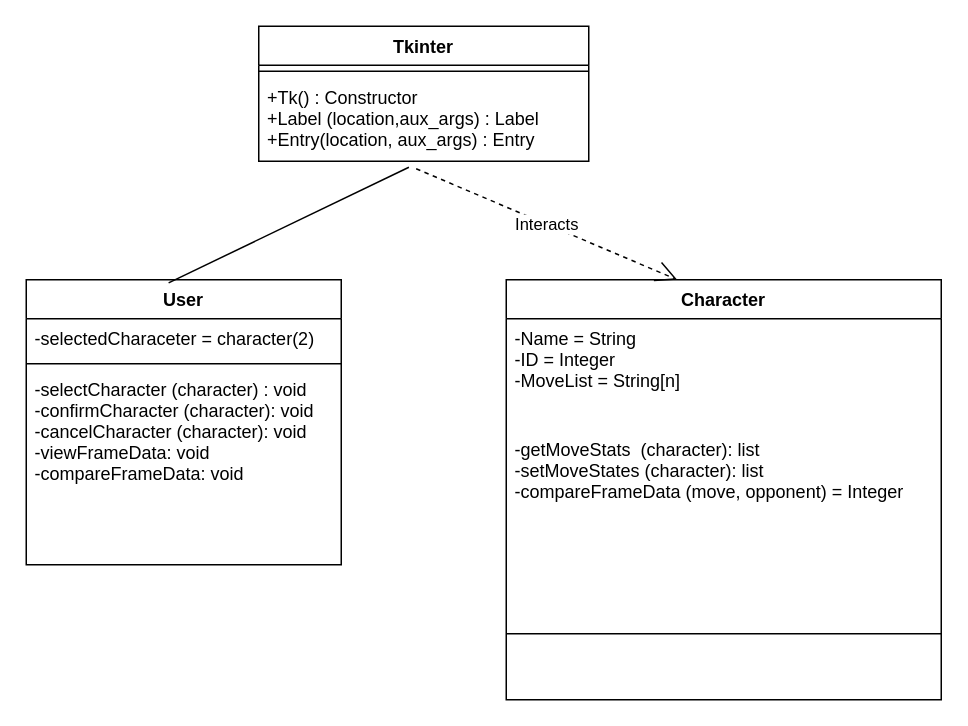
This is Class Diagram.drawio from aramis-matos/SkyboundDB, a draw.io file, before an edit. Source tidied: cells renumbered, new cells numbered last; positions are measured from the earlier drawing's top-left corner, leaving out a move shared by most shapes. Both pictures are drawn from the tidied source at 150%, with x=0, y=0 at pixel (26, 26).
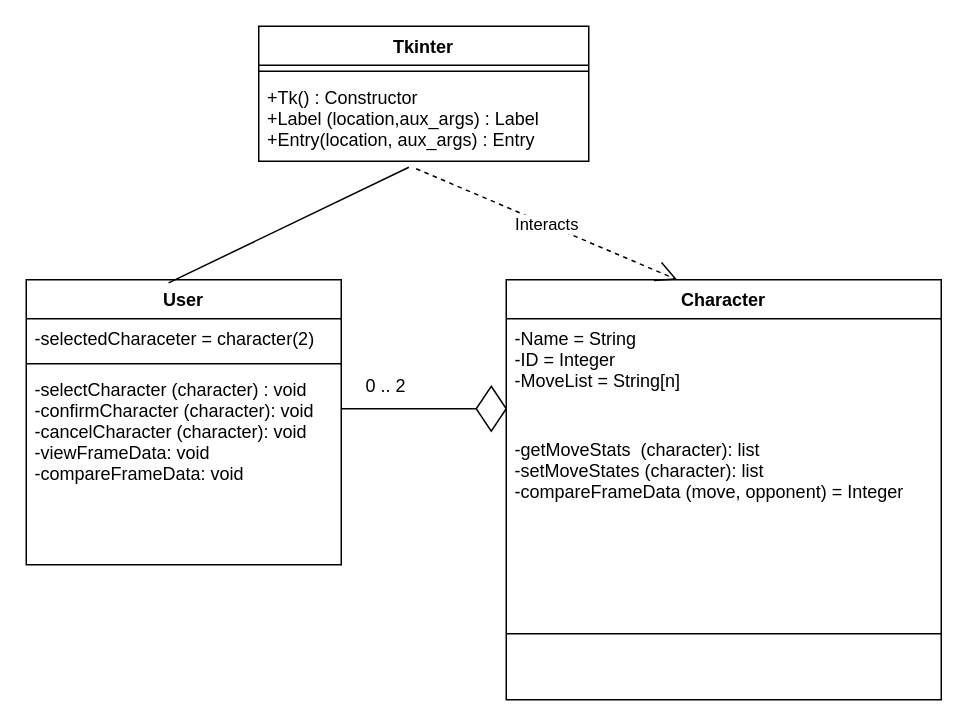
The same diagram, later.

Change to the diagram source:
```diff
@@
 <mxGraphModel>
   <root>
     <mxCell id="0" />
     <mxCell id="1" parent="0" />
     <mxCell id="2" value="User" style="swimlane;fontStyle=1;align=center;verticalAlign=top;horizontal=1;startSize=26;" parent="1" vertex="1">
       <mxGeometry y="169" width="210" height="190" as="geometry" />
     </mxCell>
     <mxCell id="3" value="-selectedCharaceter = character(2)" style="text;strokeColor=none;fillColor=none;align=left;verticalAlign=top;spacingLeft=4;spacingRight=4;overflow=hidden;" parent="2" vertex="1">
       <mxGeometry y="26" width="210" height="26" as="geometry" />
     </mxCell>
     <mxCell id="4" style="line;strokeWidth=1;fillColor=none;align=left;verticalAlign=middle;spacingTop=-1;spacingLeft=3;spacingRight=3;labelPosition=right;" parent="2" vertex="1">
       <mxGeometry y="52" width="210" height="8" as="geometry" />
     </mxCell>
     <mxCell id="5" value="-selectCharacter (character) : void&#10;-confirmCharacter (character): void&#10;-cancelCharacter (character): void&#10;-viewFrameData: void&#10;-compareFrameData: void&#10;&#10;&#10;" style="text;strokeColor=none;fillColor=none;align=left;verticalAlign=top;spacingLeft=4;spacingRight=4;overflow=hidden;" parent="2" vertex="1">
       <mxGeometry y="60" width="210" height="130" as="geometry" />
     </mxCell>
     <mxCell id="6" value="Character" style="swimlane;fontStyle=1;align=center;verticalAlign=top;horizontal=1;startSize=26;" parent="1" vertex="1">
       <mxGeometry x="320" y="169" width="290" height="280" as="geometry" />
     </mxCell>
     <mxCell id="7" value="-Name = String&#10;-ID = Integer&#10;-MoveList = String[n]&#10;&#10;" style="text;strokeColor=none;fillColor=none;align=left;verticalAlign=top;spacingLeft=4;spacingRight=4;overflow=hidden;" parent="6" vertex="1">
       <mxGeometry y="26" width="290" height="74" as="geometry" />
     </mxCell>
     <mxCell id="8" value="-getMoveStats  (character): list&#10;-setMoveStates (character): list&#10; -compareFrameData (move, opponent) = Integer&#10;&#10; &#10;" style="text;strokeColor=none;fillColor=none;align=left;verticalAlign=top;spacingLeft=4;spacingRight=4;overflow=hidden;" parent="6" vertex="1">
       <mxGeometry y="100" width="290" height="92" as="geometry" />
     </mxCell>
     <mxCell id="9" style="line;strokeWidth=1;fillColor=none;align=left;verticalAlign=middle;spacingTop=-1;spacingLeft=3;spacingRight=3;labelPosition=right;" parent="6" vertex="1">
       <mxGeometry y="192" width="290" height="88" as="geometry" />
     </mxCell>
     <mxCell id="10" value="Tkinter" style="swimlane;fontStyle=1;align=center;verticalAlign=top;horizontal=1;startSize=26;" parent="1" vertex="1">
       <mxGeometry x="155" width="220" height="90" as="geometry" />
     </mxCell>
     <mxCell id="11" style="line;strokeWidth=1;fillColor=none;align=left;verticalAlign=middle;spacingTop=-1;spacingLeft=3;spacingRight=3;labelPosition=right;" parent="10" vertex="1">
       <mxGeometry y="26" width="220" height="8" as="geometry" />
     </mxCell>
     <mxCell id="12" value="+Tk() : Constructor&#10;+Label (location,aux_args) : Label&#10;+Entry(location, aux_args) : Entry&#10;&#10;" style="text;strokeColor=none;fillColor=none;align=left;verticalAlign=top;spacingLeft=4;spacingRight=4;overflow=hidden;points=[[0,0.5],[1,0.5]];portConstraint=eastwest;" parent="10" vertex="1">
       <mxGeometry y="34" width="220" height="56" as="geometry" />
     </mxCell>
     <mxCell id="13" value="Interacts" style="endArrow=open;endSize=12;dashed=1;html=1;exitX=0.477;exitY=1.089;exitDx=0;exitDy=0;exitPerimeter=0;entryX=0.393;entryY=0;entryDx=0;entryDy=0;entryPerimeter=0;" parent="1" edge="1" source="12" target="6">
       <mxGeometry relative="1" as="geometry" />
     </mxCell>
     <mxCell id="14" style="endArrow=none;html=1;exitX=0.452;exitY=0.011;exitDx=0;exitDy=0;exitPerimeter=0;entryX=0.455;entryY=1.071;entryDx=0;entryDy=0;entryPerimeter=0;" parent="1" edge="1" source="2" target="12">
       <mxGeometry relative="1" as="geometry" />
     </mxCell>
+    <mxCell id="15" style="endArrow=none;html=1;entryX=0;entryY=0.5;entryDx=0;entryDy=0;" parent="1" edge="1" target="16">
+      <mxGeometry relative="1" as="geometry">
+        <mxPoint x="210" y="255" as="sourcePoint" />
+      </mxGeometry>
+    </mxCell>
+    <mxCell id="16" style="rhombus;whiteSpace=wrap;html=1;" parent="1" vertex="1">
+      <mxGeometry x="300" y="240" width="20" height="30" as="geometry" />
+    </mxCell>
+    <mxCell id="17" value="0 .. 2" style="text;html=1;strokeColor=none;fillColor=none;align=center;verticalAlign=middle;whiteSpace=wrap;rounded=0;" parent="1" vertex="1">
+      <mxGeometry x="220" y="230" width="40" height="20" as="geometry" />
+    </mxCell>
   </root>
 </mxGraphModel>
```
